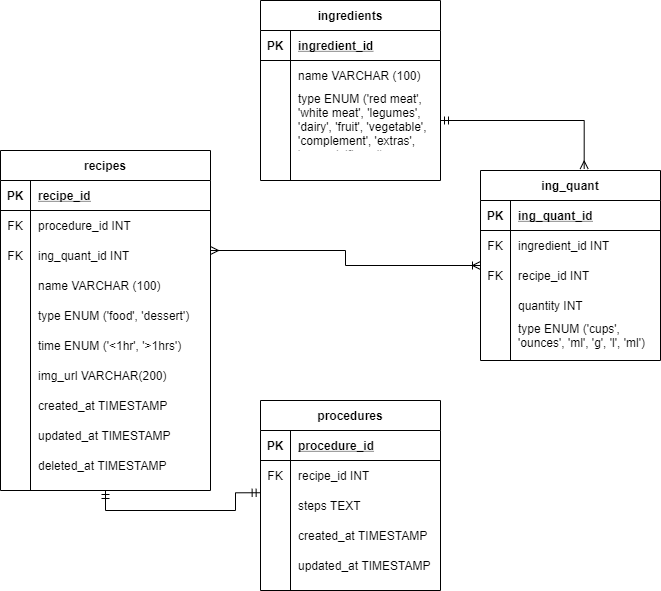
This is cookie diagram.png from Integradora-bis/Diagram, a draw.io export, as it was before one commit. Source tidied: cells renumbered, new cells last; positions are measured from the earlier drawing's top-left corner, leaving out a move shared by most shapes.
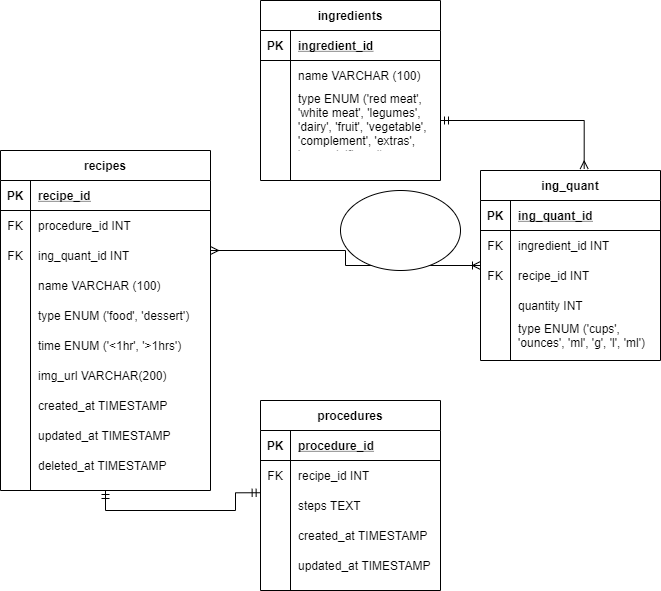
After the change.

Change to the diagram source:
```diff
@@ -232,5 +232,8 @@
     <mxCell id="77" value="updated_at TIMESTAMP" style="shape=partialRectangle;fillColor=none;top=0;left=0;bottom=0;right=0;align=left;spacingLeft=6;overflow=hidden;" parent="75" vertex="1">
       <mxGeometry x="30" width="150" height="30" as="geometry" />
     </mxCell>
+    <mxCell id="78" style="ellipse;whiteSpace=wrap;html=1;" parent="1" vertex="1">
+      <mxGeometry x="340" y="190" width="120" height="80" as="geometry" />
+    </mxCell>
   </root>
 </mxGraphModel>
```
